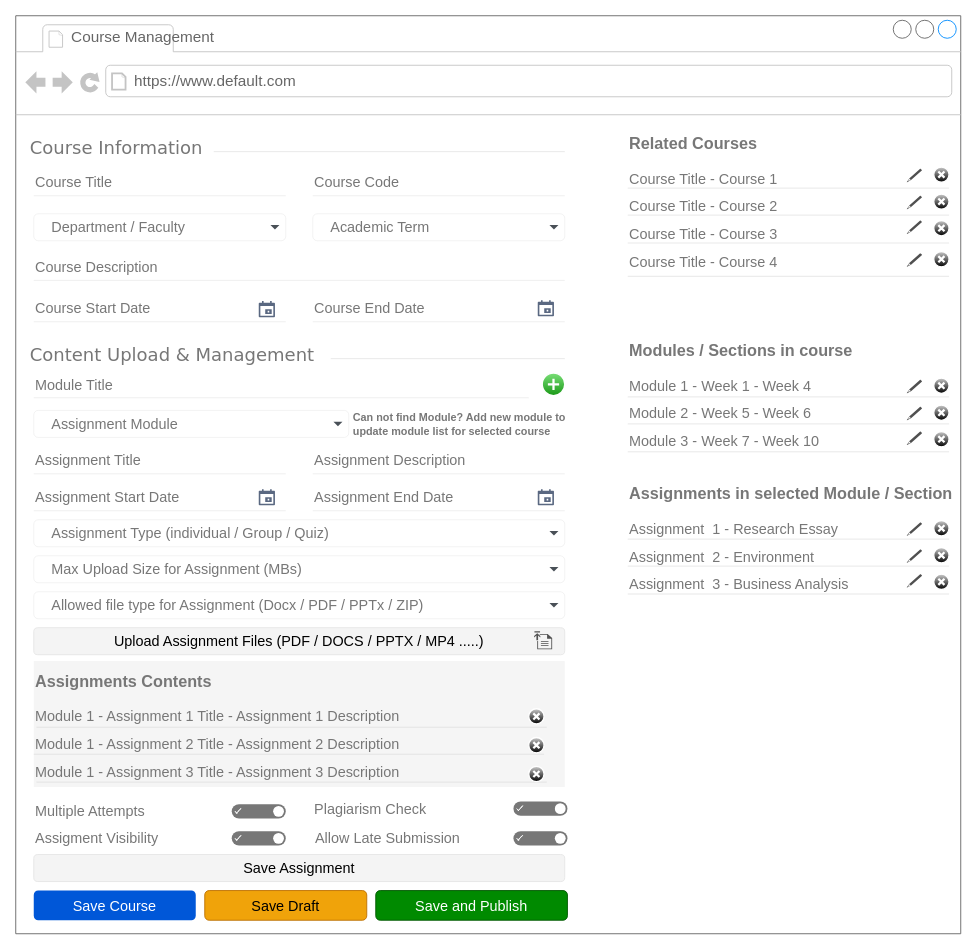
This is page "Course Management" (4 of 7) of 02 - LMS-SysCollege/04 - UI_Designs/WireFrame.drawio from ZohaibWaqarMalik/Technical-Business-Analyst-Projects, a draw.io file, before an edit. Source tidied: cells renumbered, new cells numbered last; positions are measured from the earlier drawing's top-left corner, leaving out a move shared by most shapes. Both pictures are drawn from the tidied source at 90%, with x=0, y=0 at pixel (15, 15).
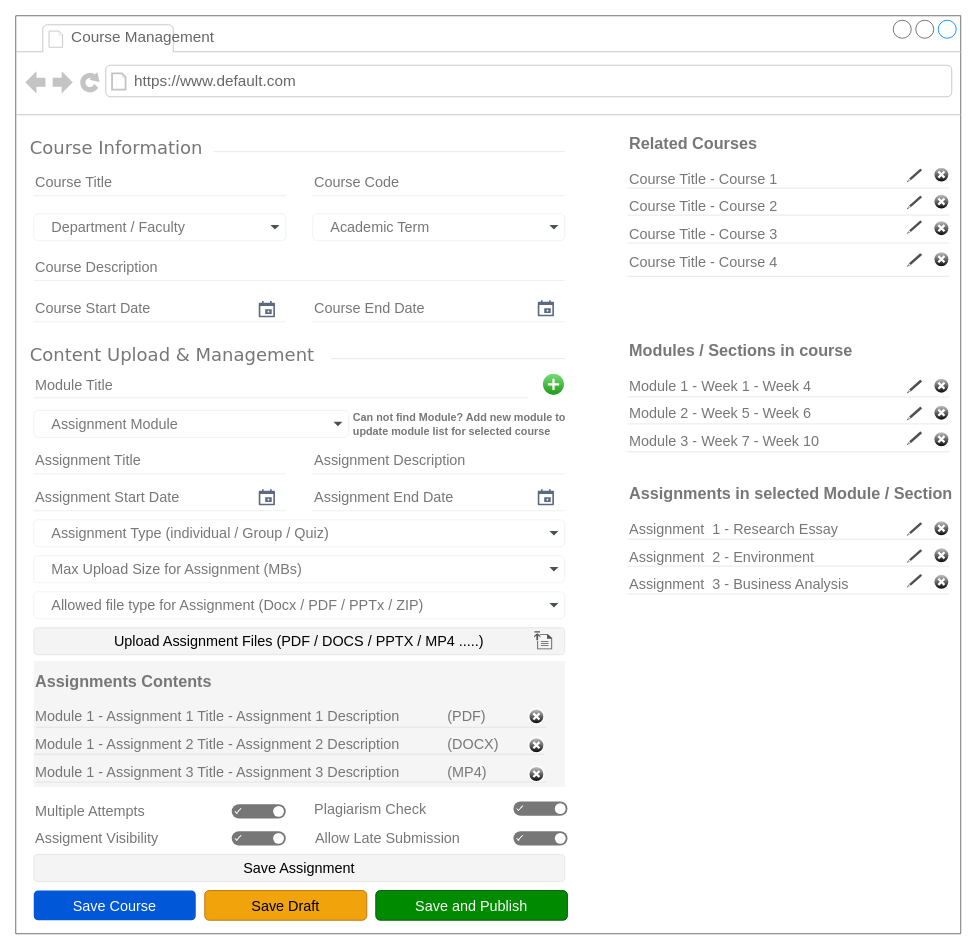
The same diagram, later.

Commit message:
Update Wireframe Course Management

The change refers to these unchanged cells:
```xml
<mxCell id="2" style="strokeWidth=1;shadow=0;dashed=0;align=center;html=1;shape=mxgraph.mockup.containers.browserWindow;rSize=0;strokeColor=#666666;mainText=,;rounded=0;labelBackgroundColor=none;fontFamily=Verdana;fontSize=12;" parent="1" vertex="1">
  <mxGeometry width="1050" height="1020" as="geometry" />
</mxCell>
```

What changed in the source:
```diff
@@
-    <mxCell id="100" value="&lt;h1 style=&quot;margin-top: 0px;&quot;&gt;&lt;font style=&quot;font-size: 18px; color: rgb(119, 119, 119);&quot;&gt;Assignments Contents&lt;/font&gt;&lt;/h1&gt;&lt;p&gt;&lt;font style=&quot;font-size: 16px; color: rgb(119, 119, 119);&quot;&gt;&lt;span style=&quot;background-color: transparent;&quot;&gt;Module 1 - Assignment 1 Title - Assignment 1 Description&lt;/span&gt;&lt;/font&gt;&lt;/p&gt;&lt;p&gt;&lt;span style=&quot;color: rgb(119, 119, 119); font-size: 16px;&quot;&gt;Module 1 - Assignment 2 Title - Assignment 2 Description&lt;/span&gt;&lt;/p&gt;&lt;p&gt;&lt;span style=&quot;color: rgb(119, 119, 119); font-size: 16px;&quot;&gt;Module 1 - Assignment 3 Title - Assignment 3 Description&lt;/span&gt;&lt;/p&gt;" style="text;html=1;whiteSpace=wrap;overflow=hidden;rounded=0;fillColor=#f5f5f5;strokeColor=none;fontColor=#333333;" parent="2" vertex="1">
+    <mxCell id="100" value="&lt;h1 style=&quot;margin-top: 0px;&quot;&gt;&lt;font style=&quot;font-size: 18px; color: rgb(119, 119, 119);&quot;&gt;Assignments Contents&lt;/font&gt;&lt;/h1&gt;&lt;p&gt;&lt;font style=&quot;font-size: 16px; color: rgb(119, 119, 119);&quot;&gt;&lt;span style=&quot;background-color: transparent;&quot;&gt;Module 1 - Assignment 1 Title - Assignment 1 Description&amp;nbsp; &amp;nbsp; &amp;nbsp; &amp;nbsp; &amp;nbsp; &amp;nbsp; (PDF)&amp;nbsp; &amp;nbsp; &amp;nbsp; &amp;nbsp;&lt;/span&gt;&lt;/font&gt;&lt;/p&gt;&lt;p&gt;&lt;span style=&quot;color: rgb(119, 119, 119); font-size: 16px;&quot;&gt;Module 1 - Assignment 2 Title - Assignment 2 Description&amp;nbsp; &amp;nbsp; &amp;nbsp; &amp;nbsp; &amp;nbsp; &amp;nbsp; (DOCX)&lt;/span&gt;&lt;/p&gt;&lt;p&gt;&lt;span style=&quot;color: rgb(119, 119, 119); font-size: 16px;&quot;&gt;Module 1 - Assignment 3 Title - Assignment 3 Description&amp;nbsp; &amp;nbsp; &amp;nbsp; &amp;nbsp; &amp;nbsp; &amp;nbsp; (MP4)&lt;/span&gt;&lt;/p&gt;" style="text;html=1;whiteSpace=wrap;overflow=hidden;rounded=0;fillColor=#f5f5f5;strokeColor=none;fontColor=#333333;" parent="2" vertex="1">
       <mxGeometry x="20" y="717" width="590" height="140" as="geometry" />
     </mxCell>
```
